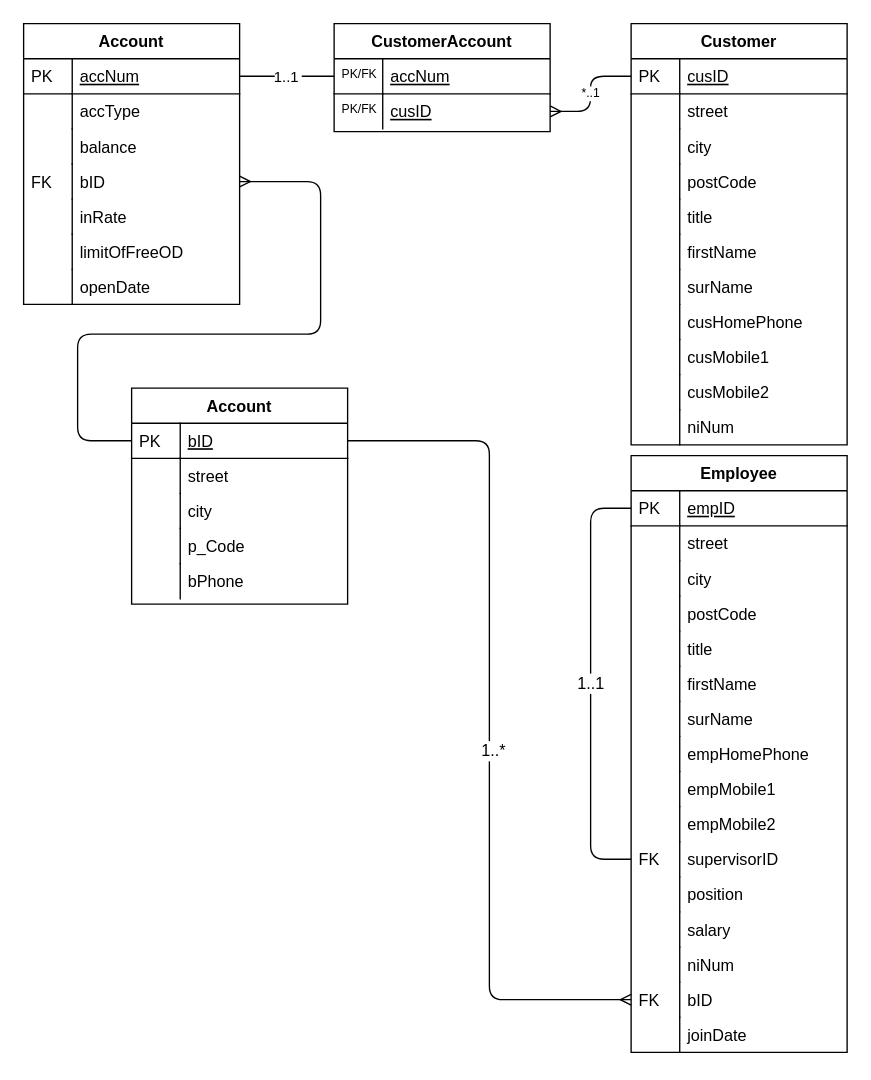
Before: Original ER Diagram.drawio in thisMarco/Advanced-Database-Systems, a draw.io diagram. Source tidied: cells renumbered, new cells numbered last; positions are measured from the earlier drawing's top-left corner, leaving out a move shared by most shapes. Both pictures are drawn from the tidied source at 135%, with x=0, y=0 at pixel (23, 23).
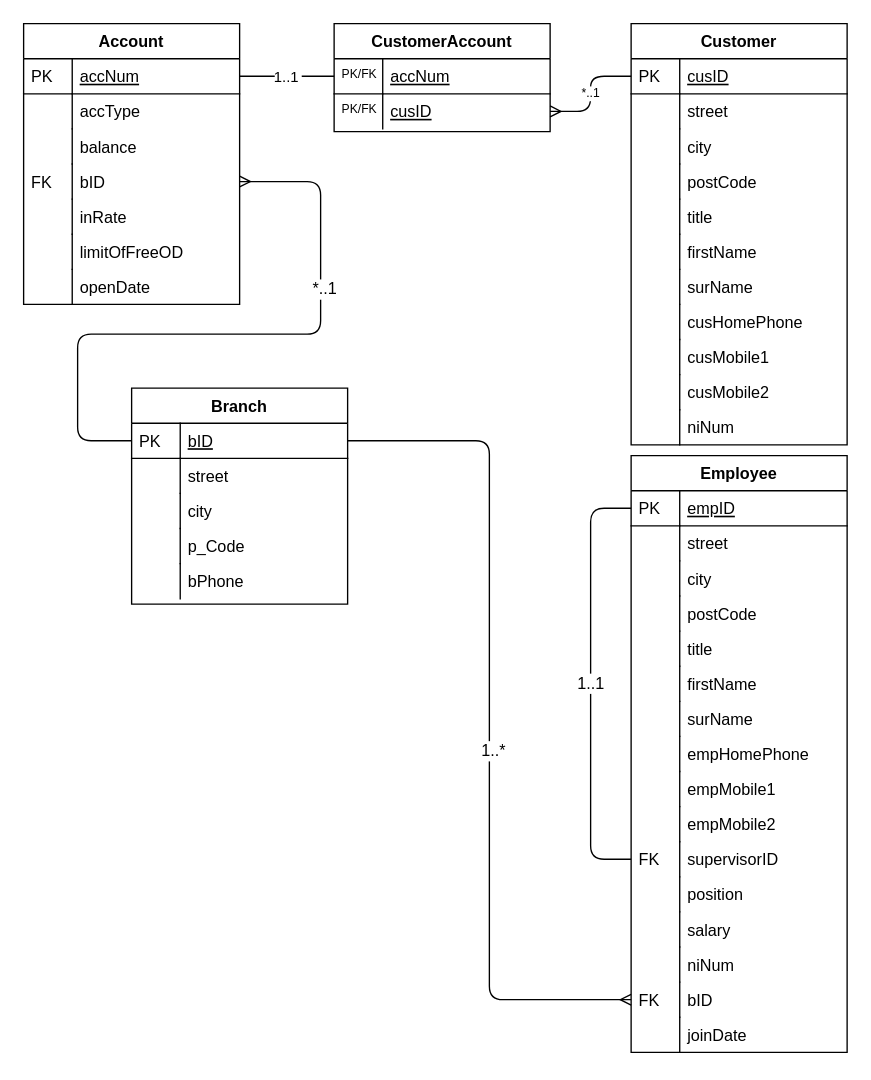
Above is the later version.

Unchanged cells that the change refers to:
```xml
<mxCell id="94" style="endArrow=none;html=1;fontSize=12;entryX=0;entryY=0.5;entryDx=0;entryDy=0;exitX=1;exitY=0.5;exitDx=0;exitDy=0;edgeStyle=orthogonalEdgeStyle;endFill=0;startArrow=ERmany;startFill=0;" parent="1" edge="1" source="10" target="84">
  <mxGeometry relative="1" as="geometry">
    <Array as="points">
      <mxPoint x="220" y="117" />
      <mxPoint x="220" y="230" />
      <mxPoint x="40" y="230" />
      <mxPoint x="40" y="309" />
    </Array>
  </mxGeometry>
</mxCell>
```

Change to the diagram source:
```diff
@@
-    <mxCell id="83" value="Account" style="swimlane;fontStyle=1;horizontal=1;startSize=26;rounded=0;shadow=0;strokeWidth=1;" parent="1" vertex="1">
+    <mxCell id="83" value="Branch" style="swimlane;fontStyle=1;horizontal=1;startSize=26;rounded=0;shadow=0;strokeWidth=1;" parent="1" vertex="1">
       <mxGeometry x="80" y="270" width="160" height="160" as="geometry" />
     </mxCell>
@@
+    <mxCell id="95" value="*..1" style="text;html=1;align=center;verticalAlign=middle;labelBackgroundColor=#ffffff;" parent="94" vertex="1">
+      <mxGeometry x="-0.41" y="2" relative="1" as="geometry" />
+    </mxCell>
```
